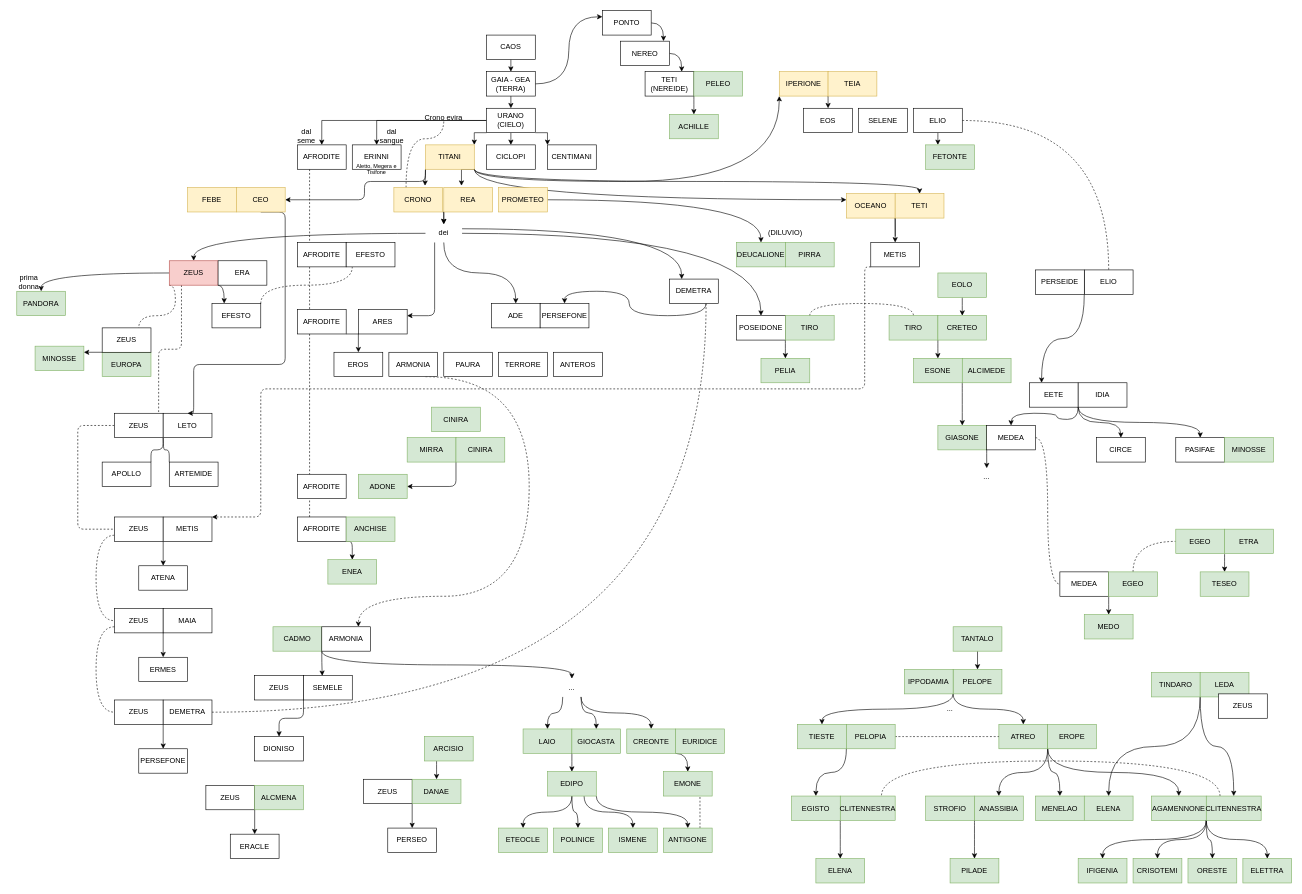
tcaru/diagrams keeps this draw.io diagram as miti.drawio. Above is the earlier version. Source tidied: cells renumbered, new cells numbered last; positions are measured from the earlier drawing's top-left corner, leaving out a move shared by most shapes. Both pictures are drawn from the tidied source at 61%, with x=0, y=0 at pixel (10, 10).
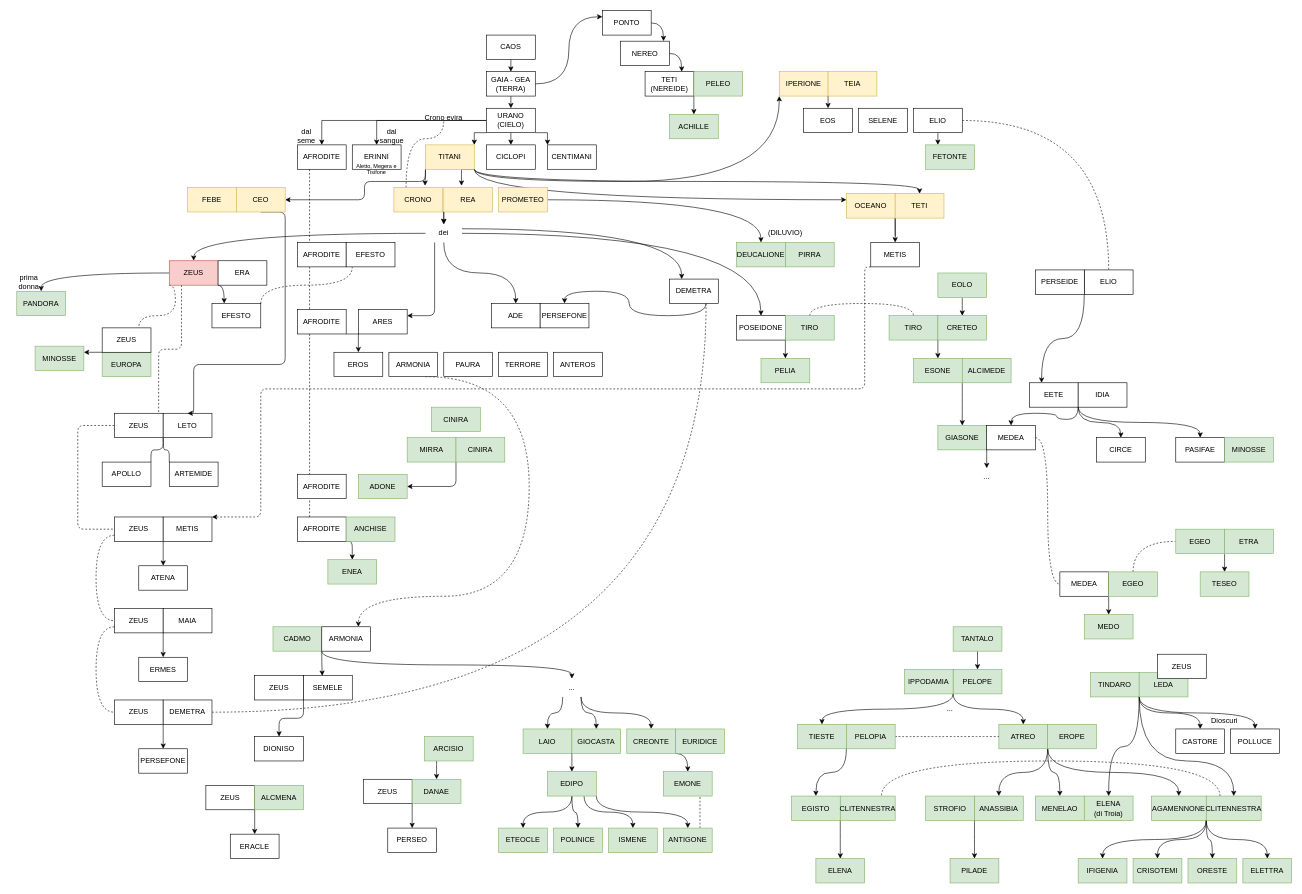
The same diagram, later.

Commit message:
aggiunti Dioscuri

The change refers to these unchanged cells:
```xml
<mxCell id="236" value="CLITENNESTRA" style="rounded=0;whiteSpace=wrap;html=1;fillColor=#d5e8d4;strokeColor=#82b366;" parent="1" vertex="1">
  <mxGeometry x="1960" y="1287.5" width="90" height="40" as="geometry" />
</mxCell>
```

Diff of the diagram source:
```diff
@@
-    <mxCell id="241" value="ELENA" style="rounded=0;whiteSpace=wrap;html=1;fillColor=#d5e8d4;strokeColor=#82b366;" parent="1" vertex="1">
+    <mxCell id="241" value="ELENA&lt;br&gt;(di Troia)" style="rounded=0;whiteSpace=wrap;html=1;fillColor=#d5e8d4;strokeColor=#82b366;" parent="1" vertex="1">
       <mxGeometry x="1760" y="1287.5" width="80" height="40" as="geometry" />
     </mxCell>
     <mxCell id="242" style="edgeStyle=orthogonalEdgeStyle;curved=1;jettySize=auto;html=1;exitX=1;exitY=1;exitDx=0;exitDy=0;" parent="1" edge="1" source="244" target="236">
-      <mxGeometry relative="1" as="geometry" />
+      <mxGeometry relative="1" as="geometry">
+        <Array as="points">
+          <mxPoint x="1850" y="1230" />
+          <mxPoint x="2005" y="1230" />
+        </Array>
+      </mxGeometry>
     </mxCell>
@@
     <mxCell id="244" value="TINDARO" style="rounded=0;whiteSpace=wrap;html=1;fillColor=#d5e8d4;strokeColor=#82b366;" parent="1" vertex="1">
-      <mxGeometry x="1870" y="1085" width="80" height="40" as="geometry" />
+      <mxGeometry x="1770" y="1085" width="80" height="40" as="geometry" />
     </mxCell>
+    <mxCell id="256" style="edgeStyle=orthogonalEdgeStyle;jettySize=auto;html=1;exitX=0;exitY=1;exitDx=0;exitDy=0;curved=1;" parent="1" edge="1" source="245" target="258">
+      <mxGeometry relative="1" as="geometry" />
+    </mxCell>
+    <mxCell id="257" style="edgeStyle=orthogonalEdgeStyle;curved=1;jettySize=auto;html=1;exitX=0;exitY=1;exitDx=0;exitDy=0;entryX=0.5;entryY=0;entryDx=0;entryDy=0;" parent="1" edge="1" source="245" target="259">
+      <mxGeometry relative="1" as="geometry" />
+    </mxCell>
     <mxCell id="245" value="LEDA" style="rounded=0;whiteSpace=wrap;html=1;fillColor=#d5e8d4;strokeColor=#82b366;" parent="1" vertex="1">
-      <mxGeometry x="1950" y="1085" width="80" height="40" as="geometry" />
+      <mxGeometry x="1850" y="1085" width="80" height="40" as="geometry" />
     </mxCell>
@@
     <mxCell id="253" value="ZEUS" style="rounded=0;whiteSpace=wrap;html=1;" parent="1" vertex="1">
-      <mxGeometry x="1980" y="1120" width="80" height="40" as="geometry" />
+      <mxGeometry x="1880" y="1055" width="80" height="40" as="geometry" />
     </mxCell>
@@
+    <mxCell id="258" value="CASTORE" style="rounded=0;whiteSpace=wrap;html=1;" parent="1" vertex="1">
+      <mxGeometry x="1910" y="1177.5" width="80" height="40" as="geometry" />
+    </mxCell>
+    <mxCell id="259" value="POLLUCE" style="rounded=0;whiteSpace=wrap;html=1;" parent="1" vertex="1">
+      <mxGeometry x="2000" y="1177.5" width="80" height="40" as="geometry" />
+    </mxCell>
+    <mxCell id="260" value="Dioscuri" style="text;html=1;strokeColor=none;fillColor=none;align=center;verticalAlign=middle;whiteSpace=wrap;rounded=0;" parent="1" vertex="1">
+      <mxGeometry x="1960" y="1150" width="60" height="30" as="geometry" />
+    </mxCell>
```
